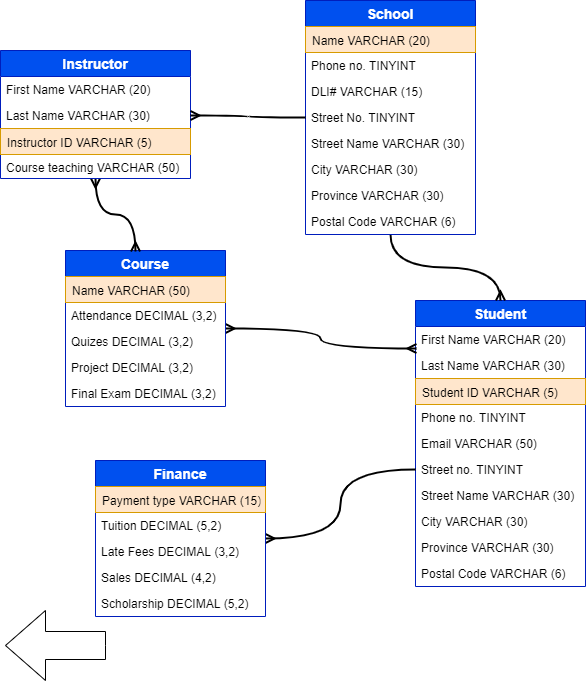
Before: SRKSD.png, a diagram exported from draw.io (martinnebesar/Student-Record-Keeping-System-Database-Project). Source tidied: cells renumbered, new cells last; positions are measured from the earlier drawing's top-left corner, leaving out a move shared by most shapes.
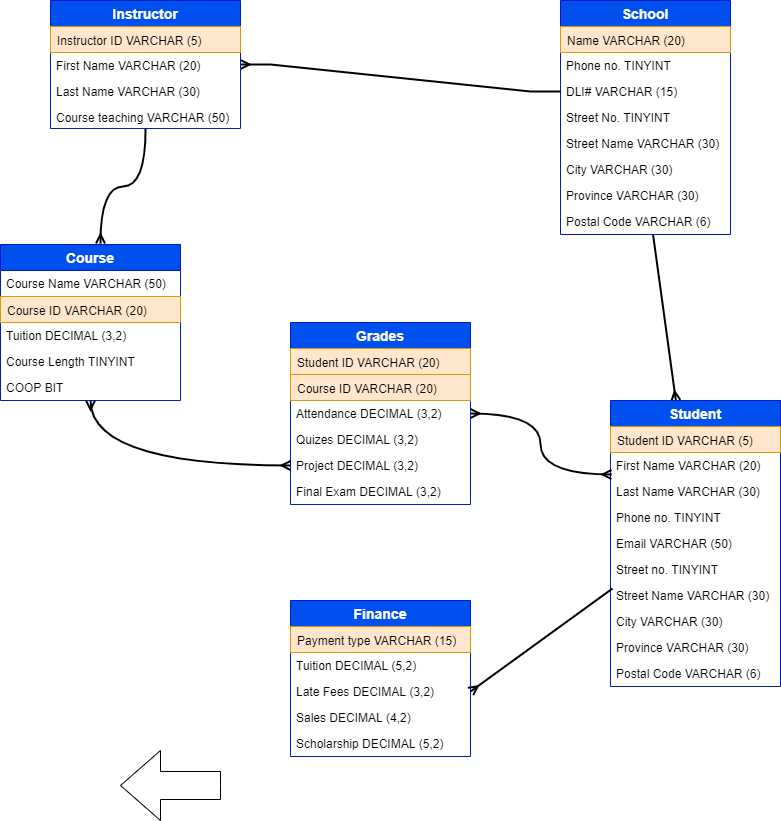
Later version of the same file.

Diff of the diagram source:
```diff
@@ -2,18 +2,23 @@
   <root>
     <mxCell id="0" />
     <mxCell id="1" parent="0" />
+    <mxCell id="45" style="rounded=0;jettySize=auto;html=1;startArrow=ERmany;startFill=0;endArrow=none;endFill=0;strokeWidth=2;" parent="1" edge="1" source="2">
+      <mxGeometry relative="1" as="geometry">
+        <mxPoint x="537" y="90" as="targetPoint" />
+      </mxGeometry>
+    </mxCell>
     <mxCell id="2" value="Student" style="swimlane;fontStyle=1;horizontal=1;startSize=26;fillColor=#0050ef;swimlaneFillColor=#ffffff;align=center;fontSize=14;strokeColor=#001DBC;fontColor=#ffffff;" parent="1" vertex="1">
-      <mxGeometry x="415" y="300" width="170" height="286" as="geometry" />
+      <mxGeometry x="495" y="260" width="170" height="286" as="geometry" />
     </mxCell>
+    <mxCell id="5" value="Student ID VARCHAR (5)" style="text;strokeColor=#d79b00;fillColor=#ffe6cc;spacingLeft=4;spacingRight=4;overflow=hidden;fontSize=12;" parent="2" vertex="1">
+      <mxGeometry y="26" width="170" height="26" as="geometry" />
+    </mxCell>
     <mxCell id="3" value="First Name VARCHAR (20)" style="text;spacingLeft=4;spacingRight=4;overflow=hidden;points=[[0,0.5],[1,0.5]];portConstraint=eastwest;fontSize=12;" parent="2" vertex="1">
-      <mxGeometry y="26" width="170" height="26" as="geometry" />
+      <mxGeometry y="52" width="170" height="26" as="geometry" />
     </mxCell>
     <mxCell id="4" value="Last Name VARCHAR (30)" style="text;strokeColor=none;fillColor=none;spacingLeft=4;spacingRight=4;overflow=hidden;fontSize=12;" parent="2" vertex="1">
-      <mxGeometry y="52" width="170" height="26" as="geometry" />
+      <mxGeometry y="78" width="170" height="26" as="geometry" />
     </mxCell>
-    <mxCell id="5" value="Student ID VARCHAR (5)" style="text;strokeColor=#d79b00;fillColor=#ffe6cc;spacingLeft=4;spacingRight=4;overflow=hidden;fontSize=12;" parent="2" vertex="1">
-      <mxGeometry y="78" width="170" height="26" as="geometry" />
-    </mxCell>
     <mxCell id="6" value="Phone no. TINYINT" style="text;strokeColor=none;fillColor=none;spacingLeft=4;spacingRight=4;overflow=hidden;fontSize=12;" parent="2" vertex="1">
       <mxGeometry y="104" width="170" height="26" as="geometry" />
     </mxCell>
@@ -38,50 +43,47 @@
     <mxCell id="13" style="edgeStyle=orthogonalEdgeStyle;curved=1;rounded=0;comic=0;jettySize=auto;html=1;entryX=0.006;entryY=0.846;entryDx=0;entryDy=0;entryPerimeter=0;shadow=0;startArrow=ERmany;startFill=0;endArrow=ERmany;endFill=0;strokeWidth=2;" parent="1" edge="1" source="14" target="3">
       <mxGeometry relative="1" as="geometry" />
     </mxCell>
-    <mxCell id="14" value="Course" style="swimlane;fontStyle=1;horizontal=1;startSize=26;fillColor=#0050ef;swimlaneFillColor=#ffffff;align=center;fontSize=14;strokeColor=#001DBC;fontColor=#ffffff;" parent="1" vertex="1">
-      <mxGeometry x="65" y="250" width="160" height="156" as="geometry" />
+    <mxCell id="14" value="Grades" style="swimlane;fontStyle=1;horizontal=1;startSize=26;fillColor=#0050ef;swimlaneFillColor=#ffffff;align=center;fontSize=14;strokeColor=#001DBC;fontColor=#ffffff;" parent="1" vertex="1">
+      <mxGeometry x="175" y="182" width="180" height="182" as="geometry" />
     </mxCell>
+    <mxCell id="46" value="Student ID VARCHAR (20)" style="text;strokeColor=#d79b00;fillColor=#ffe6cc;spacingLeft=4;spacingRight=4;overflow=hidden;fontSize=12;" parent="14" vertex="1">
+      <mxGeometry y="26" width="180" height="26" as="geometry" />
+    </mxCell>
-    <mxCell id="15" value="Name VARCHAR (50)" style="text;spacingLeft=4;spacingRight=4;overflow=hidden;fontSize=12;fillColor=#ffe6cc;strokeColor=#d79b00;" parent="14" vertex="1">
-      <mxGeometry y="26" width="160" height="26" as="geometry" />
+    <mxCell id="15" value="Course ID VARCHAR (20)" style="text;spacingLeft=4;spacingRight=4;overflow=hidden;fontSize=12;fillColor=#ffe6cc;strokeColor=#d79b00;" parent="14" vertex="1">
+      <mxGeometry y="52" width="180" height="26" as="geometry" />
     </mxCell>
     <mxCell id="16" value="Attendance DECIMAL (3,2)" style="text;strokeColor=none;fillColor=none;spacingLeft=4;spacingRight=4;overflow=hidden;fontSize=12;" parent="14" vertex="1">
-      <mxGeometry y="52" width="160" height="26" as="geometry" />
+      <mxGeometry y="78" width="180" height="26" as="geometry" />
     </mxCell>
     <mxCell id="17" value="Quizes DECIMAL (3,2)" style="text;strokeColor=none;fillColor=none;spacingLeft=4;spacingRight=4;overflow=hidden;fontSize=12;" parent="14" vertex="1">
-      <mxGeometry y="78" width="160" height="26" as="geometry" />
+      <mxGeometry y="104" width="180" height="26" as="geometry" />
     </mxCell>
     <mxCell id="18" value="Project DECIMAL (3,2)" style="text;strokeColor=none;fillColor=none;spacingLeft=4;spacingRight=4;overflow=hidden;points=[[0,0.5],[1,0.5]];portConstraint=eastwest;fontSize=12;" parent="14" vertex="1">
-      <mxGeometry y="104" width="160" height="26" as="geometry" />
+      <mxGeometry y="130" width="180" height="26" as="geometry" />
     </mxCell>
     <mxCell id="19" value="Final Exam DECIMAL (3,2)" style="text;strokeColor=none;fillColor=none;spacingLeft=4;spacingRight=4;overflow=hidden;fontSize=12;" parent="14" vertex="1">
-      <mxGeometry y="130" width="160" height="26" as="geometry" />
+      <mxGeometry y="156" width="180" height="26" as="geometry" />
     </mxCell>
-    <mxCell id="20" style="edgeStyle=orthogonalEdgeStyle;curved=1;rounded=0;comic=0;jettySize=auto;html=1;entryX=0;entryY=0.5;entryDx=0;entryDy=0;shadow=0;startArrow=ERmany;startFill=0;endArrow=none;endFill=0;strokeWidth=2;" parent="1" edge="1" source="21" target="8">
-      <mxGeometry relative="1" as="geometry" />
-    </mxCell>
     <mxCell id="21" value="Finance" style="swimlane;fontStyle=1;horizontal=1;startSize=26;fillColor=#0050ef;swimlaneFillColor=#ffffff;align=center;fontSize=14;strokeColor=#001DBC;fontColor=#ffffff;" parent="1" vertex="1">
-      <mxGeometry x="95" y="460" width="170" height="156" as="geometry" />
+      <mxGeometry x="175" y="460" width="180" height="156" as="geometry" />
     </mxCell>
     <mxCell id="22" value="Payment type VARCHAR (15)" style="text;strokeColor=#d79b00;fillColor=#ffe6cc;spacingLeft=4;spacingRight=4;overflow=hidden;fontSize=12;" parent="21" vertex="1">
-      <mxGeometry y="26" width="170" height="26" as="geometry" />
+      <mxGeometry y="26" width="180" height="26" as="geometry" />
     </mxCell>
     <mxCell id="23" value="Tuition DECIMAL (5,2)" style="text;spacingLeft=4;spacingRight=4;overflow=hidden;fontSize=12;" parent="21" vertex="1">
-      <mxGeometry y="52" width="170" height="26" as="geometry" />
+      <mxGeometry y="52" width="180" height="26" as="geometry" />
     </mxCell>
     <mxCell id="24" value="Late Fees DECIMAL (3,2)" style="text;strokeColor=none;fillColor=none;spacingLeft=4;spacingRight=4;overflow=hidden;points=[[0,0.5],[1,0.5]];portConstraint=eastwest;fontSize=12;" parent="21" vertex="1">
-      <mxGeometry y="78" width="170" height="26" as="geometry" />
+      <mxGeometry y="78" width="180" height="26" as="geometry" />
     </mxCell>
     <mxCell id="25" value="Sales DECIMAL (4,2)" style="text;strokeColor=none;fillColor=none;spacingLeft=4;spacingRight=4;overflow=hidden;fontSize=12;" parent="21" vertex="1">
-      <mxGeometry y="104" width="170" height="26" as="geometry" />
+      <mxGeometry y="104" width="180" height="26" as="geometry" />
     </mxCell>
     <mxCell id="26" value="Scholarship DECIMAL (5,2)" style="text;strokeColor=none;fillColor=none;spacingLeft=4;spacingRight=4;overflow=hidden;fontSize=12;" parent="21" vertex="1">
-      <mxGeometry y="130" width="170" height="26" as="geometry" />
+      <mxGeometry y="130" width="180" height="26" as="geometry" />
     </mxCell>
-    <mxCell id="27" style="edgeStyle=orthogonalEdgeStyle;curved=1;rounded=0;jettySize=auto;html=1;entryX=0.5;entryY=0;entryDx=0;entryDy=0;endArrow=ERmany;endFill=0;strokeWidth=2;" parent="1" edge="1" source="28" target="2">
-      <mxGeometry relative="1" as="geometry" />
-    </mxCell>
     <mxCell id="28" value="School" style="swimlane;fontStyle=1;horizontal=1;startSize=26;fillColor=#0050ef;swimlaneFillColor=#ffffff;align=center;fontSize=14;strokeColor=#001DBC;fontColor=#ffffff;" parent="1" vertex="1">
-      <mxGeometry x="305" width="170" height="234" as="geometry" />
+      <mxGeometry x="445" y="-140" width="170" height="234" as="geometry" />
     </mxCell>
     <mxCell id="29" value="Name VARCHAR (20)" style="text;spacingLeft=4;spacingRight=4;overflow=hidden;fontSize=12;fillColor=#ffe6cc;strokeColor=#d79b00;" parent="28" vertex="1">
       <mxGeometry y="26" width="170" height="26" as="geometry" />
@@ -107,29 +109,53 @@
     <mxCell id="36" value="Postal Code VARCHAR (6)" style="text;strokeColor=none;fillColor=none;spacingLeft=4;spacingRight=4;overflow=hidden;fontSize=12;" parent="28" vertex="1">
       <mxGeometry y="208" width="170" height="26" as="geometry" />
     </mxCell>
-    <mxCell id="37" style="edgeStyle=orthogonalEdgeStyle;curved=1;rounded=0;jettySize=auto;html=1;entryX=0.438;entryY=0.006;entryDx=0;entryDy=0;entryPerimeter=0;endArrow=ERmany;endFill=0;strokeWidth=2;startArrow=ERmany;startFill=0;comic=0;shadow=0;" parent="1" edge="1" source="38" target="14">
-      <mxGeometry relative="1" as="geometry" />
-    </mxCell>
+    <mxCell id="47" style="edgeStyle=entityRelationEdgeStyle;rounded=0;jettySize=auto;html=1;entryX=0;entryY=0.5;entryDx=0;entryDy=0;startArrow=ERmany;startFill=0;endArrow=none;endFill=0;strokeWidth=2;" parent="1" edge="1" source="38" target="31">
+      <mxGeometry relative="1" as="geometry" />
+    </mxCell>
+    <mxCell id="48" style="edgeStyle=orthogonalEdgeStyle;rounded=0;jettySize=auto;html=1;entryX=0.556;entryY=-0.006;entryDx=0;entryDy=0;entryPerimeter=0;strokeWidth=2;curved=1;endArrow=ERmany;endFill=0;" parent="1" edge="1" source="38" target="51">
+      <mxGeometry relative="1" as="geometry" />
+    </mxCell>
     <mxCell id="38" value="Instructor" style="swimlane;fontStyle=1;horizontal=1;startSize=26;fillColor=#0050ef;swimlaneFillColor=#ffffff;align=center;fontSize=14;strokeColor=#001DBC;fontColor=#ffffff;" parent="1" vertex="1">
-      <mxGeometry y="50" width="190" height="128" as="geometry" />
+      <mxGeometry x="-65" y="-140" width="190" height="128" as="geometry" />
     </mxCell>
+    <mxCell id="41" value="Instructor ID VARCHAR (5)" style="text;strokeColor=#d79b00;fillColor=#ffe6cc;spacingLeft=4;spacingRight=4;overflow=hidden;fontSize=12;" parent="38" vertex="1">
+      <mxGeometry y="26" width="190" height="26" as="geometry" />
+    </mxCell>
     <mxCell id="39" value="First Name VARCHAR (20)" style="text;spacingLeft=4;spacingRight=4;overflow=hidden;fontSize=12;" parent="38" vertex="1">
-      <mxGeometry y="26" width="190" height="26" as="geometry" />
+      <mxGeometry y="52" width="190" height="26" as="geometry" />
     </mxCell>
     <mxCell id="40" value="Last Name VARCHAR (30)" style="text;strokeColor=none;fillColor=none;spacingLeft=4;spacingRight=4;overflow=hidden;points=[[0,0.5],[1,0.5]];portConstraint=eastwest;fontSize=12;" parent="38" vertex="1">
-      <mxGeometry y="52" width="190" height="26" as="geometry" />
+      <mxGeometry y="78" width="190" height="26" as="geometry" />
     </mxCell>
-    <mxCell id="41" value="Instructor ID VARCHAR (5)" style="text;strokeColor=#d79b00;fillColor=#ffe6cc;spacingLeft=4;spacingRight=4;overflow=hidden;fontSize=12;" parent="38" vertex="1">
-      <mxGeometry y="78" width="190" height="26" as="geometry" />
-    </mxCell>
     <mxCell id="42" value="Course teaching VARCHAR (50)" style="text;strokeColor=none;fillColor=none;spacingLeft=4;spacingRight=4;overflow=hidden;fontSize=12;" parent="38" vertex="1">
       <mxGeometry y="104" width="190" height="24" as="geometry" />
     </mxCell>
-    <mxCell id="43" style="rounded=0;jettySize=auto;html=1;endArrow=ERmany;endFill=0;edgeStyle=orthogonalEdgeStyle;curved=1;strokeWidth=2;" parent="1" edge="1" source="32" target="40">
-      <mxGeometry relative="1" as="geometry" />
-    </mxCell>
     <mxCell id="44" style="html=1;shadow=0;dashed=0;align=center;verticalAlign=middle;shape=mxgraph.arrows2.arrow;dy=0.6;dx=40;flipH=1;notch=0;" parent="1" vertex="1">
       <mxGeometry x="5" y="610" width="100" height="70" as="geometry" />
     </mxCell>
+    <mxCell id="49" style="edgeStyle=none;rounded=0;jettySize=auto;html=1;entryX=0.012;entryY=0.231;entryDx=0;entryDy=0;entryPerimeter=0;startArrow=ERmany;startFill=0;endArrow=none;endFill=0;strokeWidth=2;exitX=1;exitY=0.5;exitDx=0;exitDy=0;" parent="1" edge="1" source="24" target="9">
+      <mxGeometry relative="1" as="geometry" />
+    </mxCell>
+    <mxCell id="50" style="edgeStyle=orthogonalEdgeStyle;curved=1;rounded=0;jettySize=auto;html=1;entryX=0;entryY=0.5;entryDx=0;entryDy=0;startArrow=ERmany;startFill=0;endArrow=ERmany;endFill=0;strokeWidth=2;" parent="1" edge="1" source="51" target="18">
+      <mxGeometry relative="1" as="geometry" />
+    </mxCell>
+    <mxCell id="51" value="Course" style="swimlane;fontStyle=1;horizontal=1;startSize=26;fillColor=#0050ef;swimlaneFillColor=#ffffff;align=center;fontSize=14;strokeColor=#001DBC;fontColor=#ffffff;" parent="1" vertex="1">
+      <mxGeometry x="-115" y="104" width="180" height="156" as="geometry" />
+    </mxCell>
+    <mxCell id="52" value="Course Name VARCHAR (50)" style="text;spacingLeft=4;spacingRight=4;overflow=hidden;fontSize=12;" parent="51" vertex="1">
+      <mxGeometry y="26" width="180" height="26" as="geometry" />
+    </mxCell>
+    <mxCell id="53" value="Course ID VARCHAR (20)" style="text;strokeColor=#d79b00;fillColor=#ffe6cc;spacingLeft=4;spacingRight=4;overflow=hidden;fontSize=12;" parent="51" vertex="1">
+      <mxGeometry y="52" width="180" height="26" as="geometry" />
+    </mxCell>
+    <mxCell id="54" value="Tuition DECIMAL (3,2)" style="text;strokeColor=none;fillColor=none;spacingLeft=4;spacingRight=4;overflow=hidden;fontSize=12;" parent="51" vertex="1">
+      <mxGeometry y="78" width="180" height="26" as="geometry" />
+    </mxCell>
+    <mxCell id="55" value="Course Length TINYINT" style="text;strokeColor=none;fillColor=none;spacingLeft=4;spacingRight=4;overflow=hidden;fontSize=12;" parent="51" vertex="1">
+      <mxGeometry y="104" width="180" height="26" as="geometry" />
+    </mxCell>
+    <mxCell id="56" value="COOP BIT" style="text;strokeColor=none;fillColor=none;spacingLeft=4;spacingRight=4;overflow=hidden;fontSize=12;" parent="51" vertex="1">
+      <mxGeometry y="130" width="180" height="26" as="geometry" />
+    </mxCell>
   </root>
 </mxGraphModel>
```
